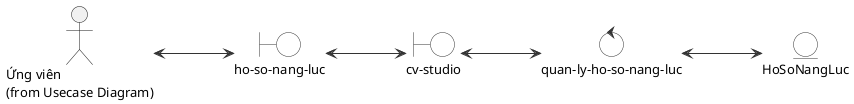
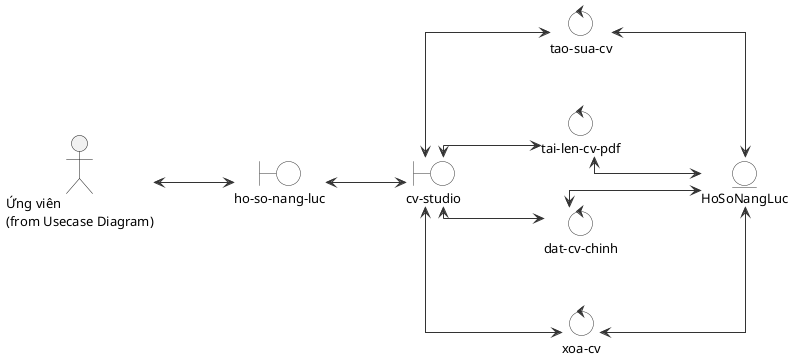
@startuml
skinparam defaultFontName "Segoe UI"
skinparam defaultFontSize 13
skinparam shadowing false
skinparam linetype ortho
skinparam nodesep 50
skinparam ranksep 80
left to right direction
skinparam actorStyle stick
skinparam roundcorner 8
skinparam ArrowColor #333333
skinparam rectangleBorderColor #333333
skinparam boundary {
  BackgroundColor White
  BorderColor #333333
}
skinparam control {
  BackgroundColor White
  BorderColor #333333
}
skinparam entity {
  BackgroundColor White
  BorderColor #333333
}

actor "Ứng viên\n(from Usecase Diagram)" as Actor

together {
  boundary "ho-so-nang-luc" as UI
-   boundary "cv-studio" as Form
+   boundary "cv-studio" as CvStudio
}

together {
-   control "quan-ly-ho-so-nang-luc" as Controller
+   control "tao-sua-cv" as CvController
+   control "tai-len-cv-pdf" as UploadController
+   control "dat-cv-chinh" as MainCvController
+   control "xoa-cv" as DeleteController
}

together {
  entity "HoSoNangLuc" as HoSoNangLuc
}

Actor <--> UI
- UI <--> Form
- Form <--> Controller
- Controller <--> HoSoNangLuc
+ UI <--> CvStudio
+ CvStudio <--> CvController
+ CvStudio <--> UploadController
+ CvStudio <--> MainCvController
+ CvStudio <--> DeleteController
+ CvController <--> HoSoNangLuc
+ UploadController <--> HoSoNangLuc
+ MainCvController <--> HoSoNangLuc
+ DeleteController <--> HoSoNangLuc
@enduml
